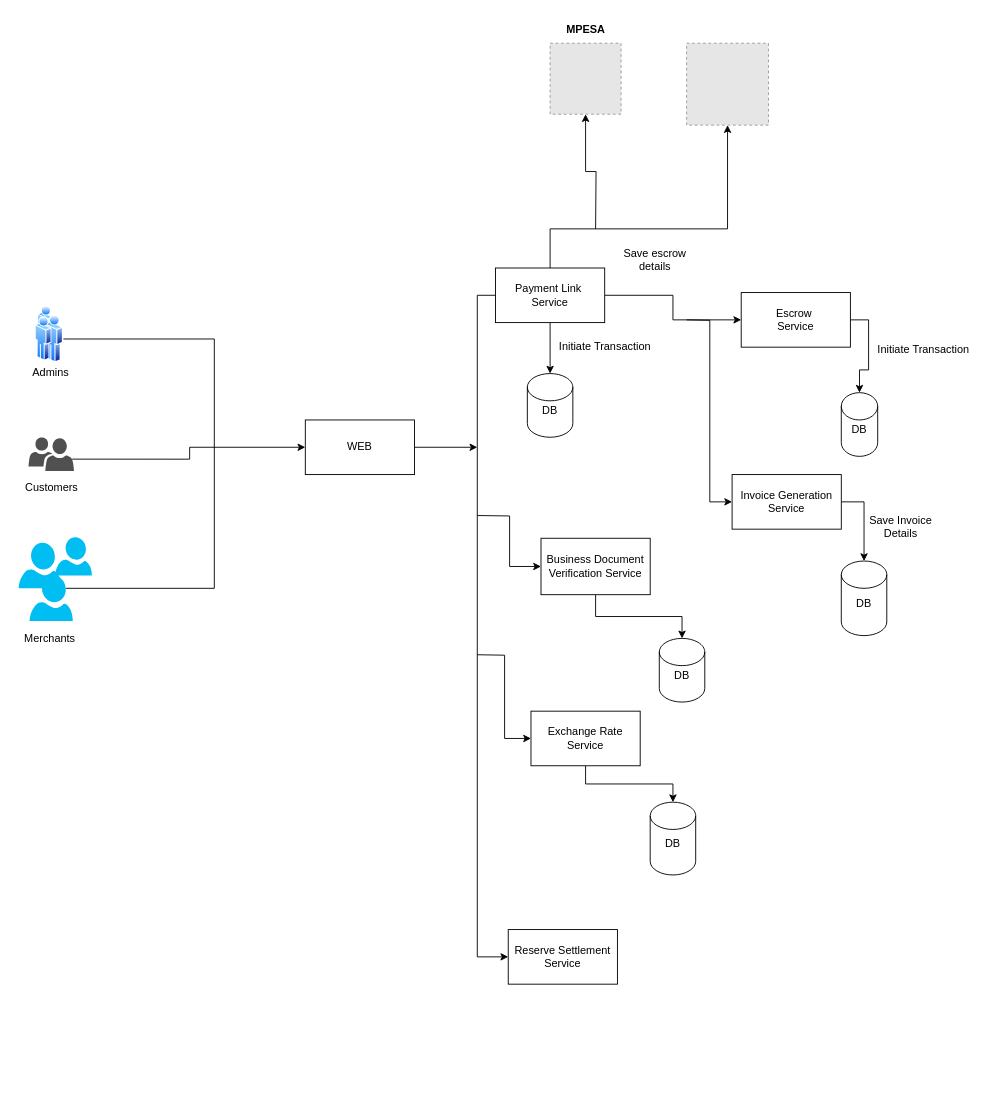
This is Untitled Diagram.drawio from Lowkey1729/c-_addition, a draw.io file, before an edit. Source tidied: cells renumbered, new cells numbered last; positions are measured from the earlier drawing's top-left corner, leaving out a move shared by most shapes. Both pictures are drawn from the tidied source at 91%, with x=0, y=0 at pixel (15, 15). Pictures stored in the file or linked from it are replaced by grey dashed boxes.
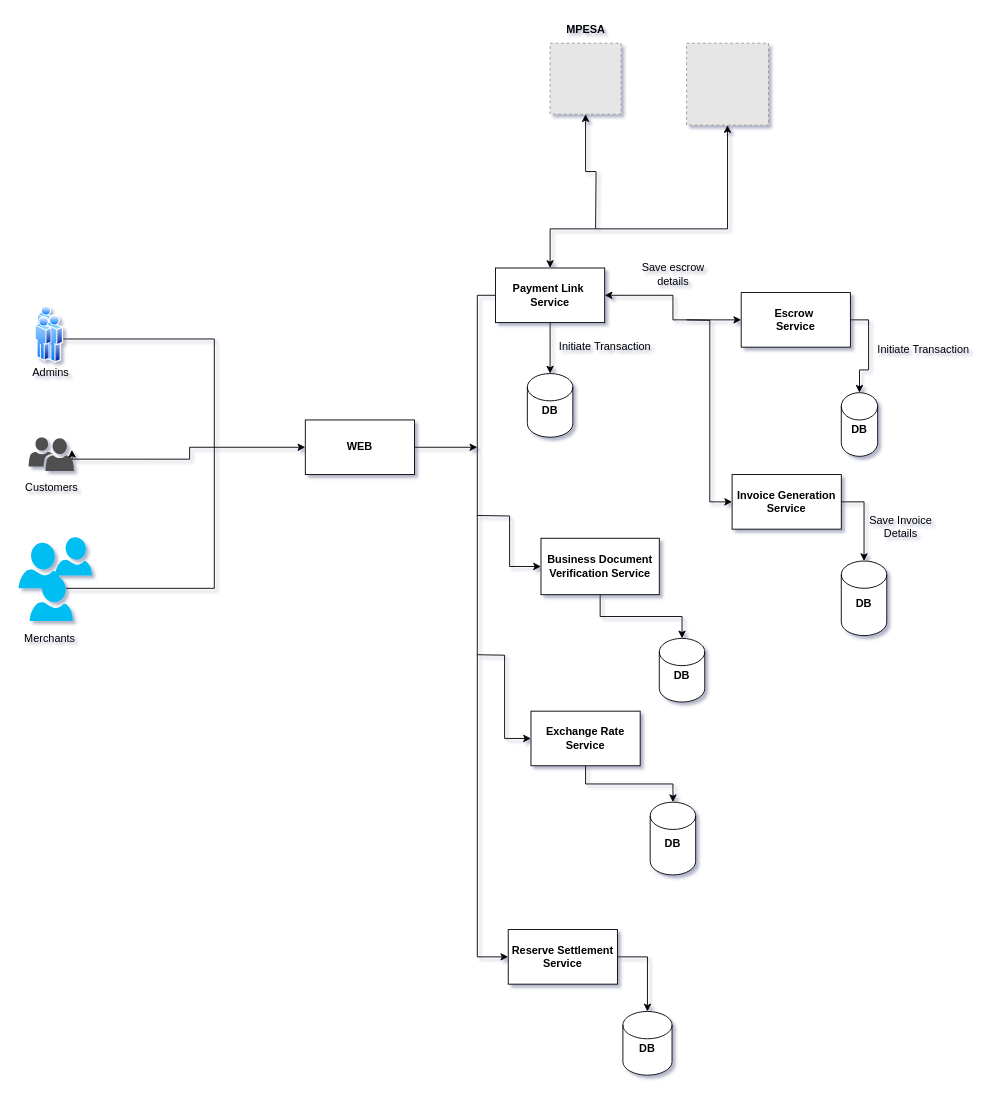
The same diagram, later.

Unchanged cells that the change refers to:
```xml
<mxCell id="11" style="sketch=0;shadow=0;dashed=0;html=1;strokeColor=none;labelPosition=center;verticalLabelPosition=bottom;verticalAlign=top;align=center;fillColor=#505050;shape=mxgraph.mscae.intune.user_group;" parent="1" vertex="1">
  <mxGeometry x="13.8" y="463" width="50" height="37" as="geometry" />
</mxCell>
<mxCell id="35" style="fillColor=#E6E6E6;strokeColor=#999999;dashed=1;html=1;verticalAlign=top;verticalLabelPosition=bottom;labelBackgroundColor=#ffffff;" parent="1" vertex="1">
  <mxGeometry x="737" y="30" width="90" height="90" as="geometry" />
</mxCell>
```

Diff of the diagram source:
```diff
@@
-<mxGraphModel>
+<mxGraphModel shadow="1">
@@
-    <mxCell id="16" value="WEB" style="rounded=0;whiteSpace=wrap;html=1;" parent="1" vertex="1">
+    <mxCell id="16" value="&lt;b&gt;WEB&lt;/b&gt;" style="rounded=0;whiteSpace=wrap;html=1;" parent="1" vertex="1">
       <mxGeometry x="318" y="444" width="120" height="60" as="geometry" />
     </mxCell>
@@
-    <mxCell id="19" style="edgeStyle=orthogonalEdgeStyle;rounded=0;jettySize=auto;html=1;exitX=1;exitY=0.5;exitDx=0;exitDy=0;entryX=0;entryY=0.5;entryDx=0;entryDy=0;" parent="1" edge="1" source="20" target="28">
+    <mxCell id="19" style="edgeStyle=orthogonalEdgeStyle;rounded=0;jettySize=auto;html=1;exitX=1;exitY=0.5;exitDx=0;exitDy=0;entryX=0;entryY=0.5;entryDx=0;entryDy=0;startArrow=classic;startFill=1;" parent="1" edge="1" source="20" target="28">
       <mxGeometry relative="1" as="geometry" />
     </mxCell>
-    <mxCell id="20" value="Payment Link&amp;nbsp;&lt;div&gt;Service&lt;/div&gt;" style="rounded=0;whiteSpace=wrap;html=1;" parent="1" vertex="1">
+    <mxCell id="20" value="&lt;b&gt;Payment Link&amp;nbsp;&lt;/b&gt;&lt;div&gt;&lt;b&gt;Service&lt;/b&gt;&lt;/div&gt;" style="rounded=0;whiteSpace=wrap;html=1;" parent="1" vertex="1">
       <mxGeometry x="527" y="277" width="120" height="60" as="geometry" />
     </mxCell>
@@
-    <mxCell id="23" value="Exchange Rate Service" style="rounded=0;whiteSpace=wrap;html=1;" parent="1" vertex="1">
+    <mxCell id="23" value="&lt;b&gt;Exchange Rate Service&lt;/b&gt;" style="rounded=0;whiteSpace=wrap;html=1;" parent="1" vertex="1">
       <mxGeometry x="566" y="764" width="120" height="60" as="geometry" />
     </mxCell>
@@
-    <mxCell id="25" value="Business Document Verification Service" style="rounded=0;whiteSpace=wrap;html=1;" parent="1" vertex="1">
-      <mxGeometry x="577" y="574" width="120" height="62" as="geometry" />
+    <mxCell id="25" value="&lt;b&gt;Business Document Verification Service&lt;/b&gt;" style="rounded=0;whiteSpace=wrap;html=1;" parent="1" vertex="1">
+      <mxGeometry x="577" y="574" width="130" height="62" as="geometry" />
     </mxCell>
+    <mxCell id="46" style="edgeStyle=orthogonalEdgeStyle;rounded=0;jettySize=auto;html=1;exitX=1;exitY=0.5;exitDx=0;exitDy=0;" parent="1" edge="1" source="26" target="48">
+      <mxGeometry relative="1" as="geometry" />
+    </mxCell>
-    <mxCell id="26" value="Reserve Settlement&lt;div&gt;Service&lt;/div&gt;" style="rounded=0;whiteSpace=wrap;html=1;" parent="1" vertex="1">
+    <mxCell id="26" value="&lt;b&gt;Reserve Settlement&lt;/b&gt;&lt;div&gt;&lt;b&gt;Service&lt;/b&gt;&lt;/div&gt;" style="rounded=0;whiteSpace=wrap;html=1;" parent="1" vertex="1">
       <mxGeometry x="541" y="1004" width="120" height="60" as="geometry" />
     </mxCell>
@@
-    <mxCell id="28" value="Escrow&amp;nbsp;&lt;div&gt;Service&lt;/div&gt;" style="rounded=0;whiteSpace=wrap;html=1;" parent="1" vertex="1">
+    <mxCell id="28" value="&lt;b&gt;Escrow&amp;nbsp;&lt;/b&gt;&lt;div&gt;&lt;b&gt;Service&lt;/b&gt;&lt;/div&gt;" style="rounded=0;whiteSpace=wrap;html=1;" parent="1" vertex="1">
       <mxGeometry x="797" y="304" width="120" height="60" as="geometry" />
     </mxCell>
-    <mxCell id="29" value="DB&lt;div&gt;&lt;br&gt;&lt;/div&gt;" style="shape=cylinder3;whiteSpace=wrap;html=1;boundedLbl=1;backgroundOutline=1;size=15;" parent="1" vertex="1">
+    <mxCell id="29" value="&lt;b&gt;DB&lt;/b&gt;&lt;div&gt;&lt;br&gt;&lt;/div&gt;" style="shape=cylinder3;whiteSpace=wrap;html=1;boundedLbl=1;backgroundOutline=1;size=15;" parent="1" vertex="1">
       <mxGeometry x="562" y="393" width="50" height="70" as="geometry" />
     </mxCell>
-    <mxCell id="30" value="DB&lt;div&gt;&lt;br&gt;&lt;/div&gt;" style="shape=cylinder3;whiteSpace=wrap;html=1;boundedLbl=1;backgroundOutline=1;size=15;" parent="1" vertex="1">
+    <mxCell id="30" value="&lt;b&gt;DB&lt;/b&gt;&lt;div&gt;&lt;br&gt;&lt;/div&gt;" style="shape=cylinder3;whiteSpace=wrap;html=1;boundedLbl=1;backgroundOutline=1;size=15;" parent="1" vertex="1">
       <mxGeometry x="907" y="414" width="40" height="70" as="geometry" />
     </mxCell>
@@
     <mxCell id="33" value="Save escrow&lt;div&gt;details&lt;/div&gt;" style="text;html=1;align=center;verticalAlign=middle;strokeColor=none;fillColor=none;" parent="1" vertex="1">
-      <mxGeometry x="657" y="248" width="90" height="40" as="geometry" />
+      <mxGeometry x="677" y="264" width="90" height="40" as="geometry" />
     </mxCell>
-    <mxCell id="34" style="edgeStyle=orthogonalEdgeStyle;rounded=0;jettySize=auto;html=1;exitX=0.5;exitY=0;exitDx=0;exitDy=0;startArrow=none;startFill=0;flowAnimation=0;" parent="1" edge="1" source="20" target="35">
+    <mxCell id="34" style="edgeStyle=orthogonalEdgeStyle;rounded=0;jettySize=auto;html=1;exitX=0.5;exitY=0;exitDx=0;exitDy=0;startArrow=classic;startFill=1;flowAnimation=0;" parent="1" edge="1" source="20" target="35">
       <mxGeometry relative="1" as="geometry">
         <Array as="points">
           <mxPoint x="587" y="234" />
         </Array>
       </mxGeometry>
     </mxCell>
@@
-    <mxCell id="38" value="DB&lt;div&gt;&lt;br&gt;&lt;/div&gt;" style="shape=cylinder3;whiteSpace=wrap;html=1;boundedLbl=1;backgroundOutline=1;size=15;" parent="1" vertex="1">
+    <mxCell id="38" value="&lt;b&gt;DB&lt;/b&gt;&lt;div&gt;&lt;br&gt;&lt;/div&gt;" style="shape=cylinder3;whiteSpace=wrap;html=1;boundedLbl=1;backgroundOutline=1;size=15;" parent="1" vertex="1">
       <mxGeometry x="707" y="684" width="50" height="70" as="geometry" />
     </mxCell>
-    <mxCell id="39" value="DB&lt;div&gt;&lt;br&gt;&lt;/div&gt;" style="shape=cylinder3;whiteSpace=wrap;html=1;boundedLbl=1;backgroundOutline=1;size=15;" parent="1" vertex="1">
+    <mxCell id="39" value="&lt;b&gt;DB&lt;/b&gt;&lt;div&gt;&lt;br&gt;&lt;/div&gt;" style="shape=cylinder3;whiteSpace=wrap;html=1;boundedLbl=1;backgroundOutline=1;size=15;" parent="1" vertex="1">
       <mxGeometry x="697" y="864" width="50" height="80" as="geometry" />
     </mxCell>
@@
-    <mxCell id="43" value="Invoice Generation&lt;div&gt;Service&lt;/div&gt;" style="rounded=0;whiteSpace=wrap;html=1;" parent="1" vertex="1">
+    <mxCell id="43" value="&lt;b&gt;Invoice Generation&lt;/b&gt;&lt;div&gt;&lt;b&gt;Service&lt;/b&gt;&lt;/div&gt;" style="rounded=0;whiteSpace=wrap;html=1;" parent="1" vertex="1">
       <mxGeometry x="787" y="504" width="120" height="60" as="geometry" />
     </mxCell>
-    <mxCell id="44" value="DB&lt;div&gt;&lt;br&gt;&lt;/div&gt;" style="shape=cylinder3;whiteSpace=wrap;html=1;boundedLbl=1;backgroundOutline=1;size=15;" parent="1" vertex="1">
+    <mxCell id="44" value="&lt;b&gt;DB&lt;/b&gt;&lt;div&gt;&lt;br&gt;&lt;/div&gt;" style="shape=cylinder3;whiteSpace=wrap;html=1;boundedLbl=1;backgroundOutline=1;size=15;" parent="1" vertex="1">
       <mxGeometry x="907" y="599" width="50" height="82" as="geometry" />
     </mxCell>
@@
+    <mxCell id="47" style="edgeStyle=orthogonalEdgeStyle;rounded=0;orthogonalLoop=1;jettySize=auto;html=1;exitX=0.96;exitY=0.65;exitDx=0;exitDy=0;exitPerimeter=0;entryX=0.954;entryY=0.375;entryDx=0;entryDy=0;entryPerimeter=0;" parent="1" edge="1" source="11" target="11">
+      <mxGeometry relative="1" as="geometry" />
+    </mxCell>
+    <mxCell id="48" value="&lt;b&gt;DB&lt;/b&gt;&lt;div&gt;&lt;b&gt;&lt;br&gt;&lt;/b&gt;&lt;/div&gt;" style="shape=cylinder3;whiteSpace=wrap;html=1;boundedLbl=1;backgroundOutline=1;size=15;" parent="1" vertex="1">
+      <mxGeometry x="667" y="1094" width="54" height="70" as="geometry" />
+    </mxCell>
```
